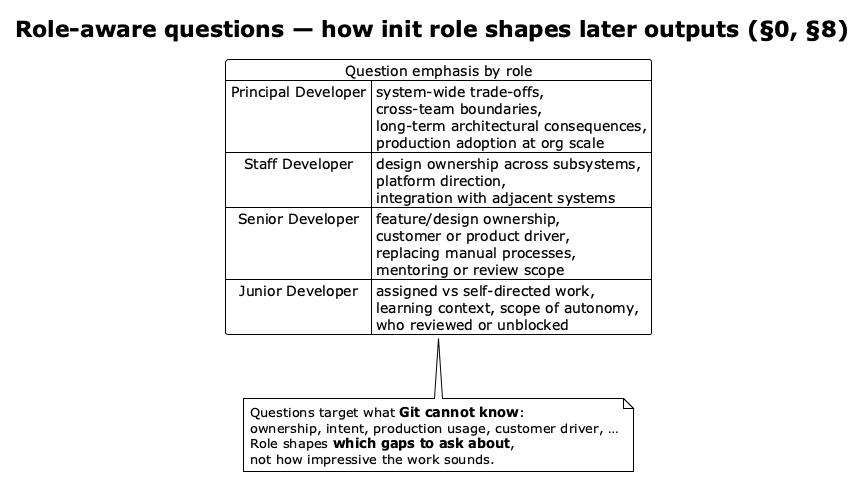
Earlier version of the PlantUML export img/preconditions-role-questions.png (vzakharchenko/dev-workgraph). Source of this version:
```plantuml
@startuml preconditions-role-questions
!theme plain
skinparam shadowing false

title Role-aware **questions** — how init role shapes later outputs (§0, §8)

map "Question emphasis by role" as ROLEMAP {
  Principal Developer => system-wide trade-offs,\ncross-team boundaries,\nlong-term architectural consequences,\nproduction adoption at org scale
  Staff Developer => design ownership across subsystems,\nplatform direction,\nintegration with adjacent systems
  Senior Developer => feature/design ownership,\ncustomer or product driver,\nreplacing manual processes,\nmentoring or review scope
  Junior Developer => assigned vs self-directed work,\nlearning context, scope of autonomy,\nwho reviewed or unblocked
}

note bottom of ROLEMAP
  Questions target what **Git cannot know**:
  ownership, intent, production usage, customer driver, …
  Role shapes **which gaps to ask about**,
  not how impressive the work sounds.
end note

@enduml
```
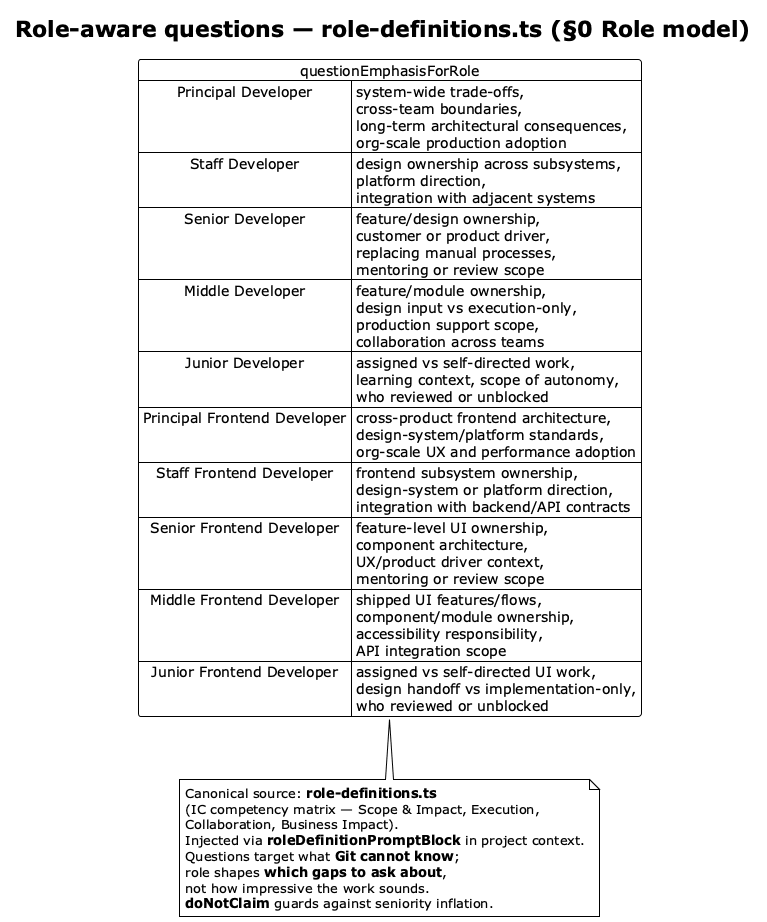
The same file after the commit.

What changed in the source:
```diff
@@ -2,20 +2,30 @@
 !theme plain
 skinparam shadowing false
 
-title Role-aware **questions** — how init role shapes later outputs (§0, §8)
+title Role-aware **questions** — role-definitions.ts (§0 Role model)
 
-map "Question emphasis by role" as ROLEMAP {
-  Principal Developer => system-wide trade-offs,\ncross-team boundaries,\nlong-term architectural consequences,\nproduction adoption at org scale
+map "questionEmphasisForRole" as ROLEMAP {
+  Principal Developer => system-wide trade-offs,\ncross-team boundaries,\nlong-term architectural consequences,\norg-scale production adoption
   Staff Developer => design ownership across subsystems,\nplatform direction,\nintegration with adjacent systems
   Senior Developer => feature/design ownership,\ncustomer or product driver,\nreplacing manual processes,\nmentoring or review scope
+  Middle Developer => feature/module ownership,\ndesign input vs execution-only,\nproduction support scope,\ncollaboration across teams
   Junior Developer => assigned vs self-directed work,\nlearning context, scope of autonomy,\nwho reviewed or unblocked
+  Principal Frontend Developer => cross-product frontend architecture,\ndesign-system/platform standards,\norg-scale UX and performance adoption
+  Staff Frontend Developer => frontend subsystem ownership,\ndesign-system or platform direction,\nintegration with backend/API contracts
+  Senior Frontend Developer => feature-level UI ownership,\ncomponent architecture,\nUX/product driver context,\nmentoring or review scope
+  Middle Frontend Developer => shipped UI features/flows,\ncomponent/module ownership,\naccessibility responsibility,\nAPI integration scope
+  Junior Frontend Developer => assigned vs self-directed UI work,\ndesign handoff vs implementation-only,\nwho reviewed or unblocked
 }
 
 note bottom of ROLEMAP
-  Questions target what **Git cannot know**:
-  ownership, intent, production usage, customer driver, …
-  Role shapes **which gaps to ask about**,
+  Canonical source: **role-definitions.ts**
+  (IC competency matrix — Scope & Impact, Execution,
+  Collaboration, Business Impact).
+  Injected via **roleDefinitionPromptBlock** in project context.
+  Questions target what **Git cannot know**;
+  role shapes **which gaps to ask about**,
   not how impressive the work sounds.
+  **doNotClaim** guards against seniority inflation.
 end note
 
 @enduml
```
